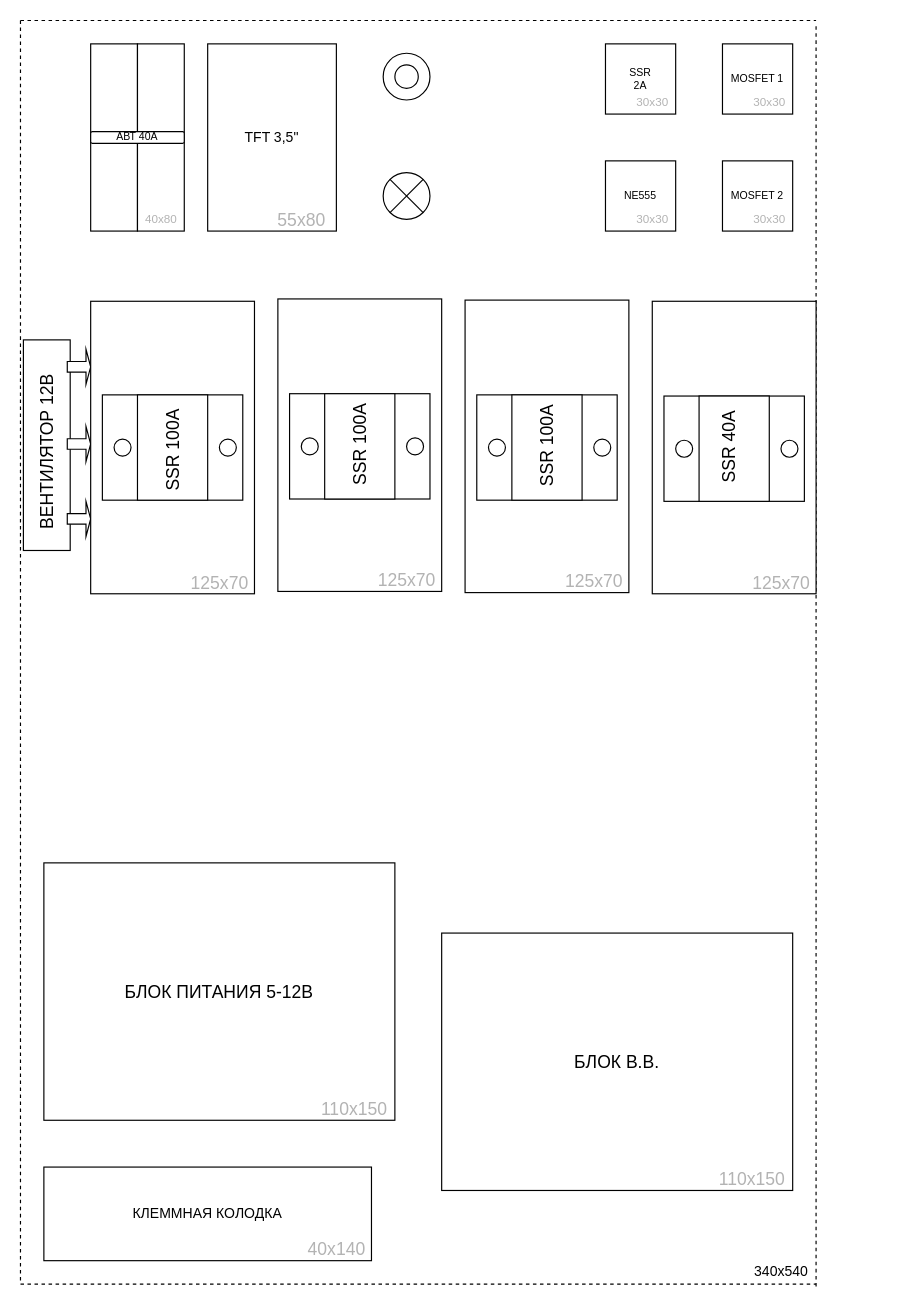
Before: kopv5mk_placement_diagram_v2.drawio in jekavovikovich/jekavovikovich, a draw.io diagram. Source tidied: cells renumbered, new cells numbered last; positions are measured from the earlier drawing's top-left corner, leaving out a move shared by most shapes. Both pictures are drawn from the tidied source at 117%, with x=0, y=0 at pixel (-44, 20).
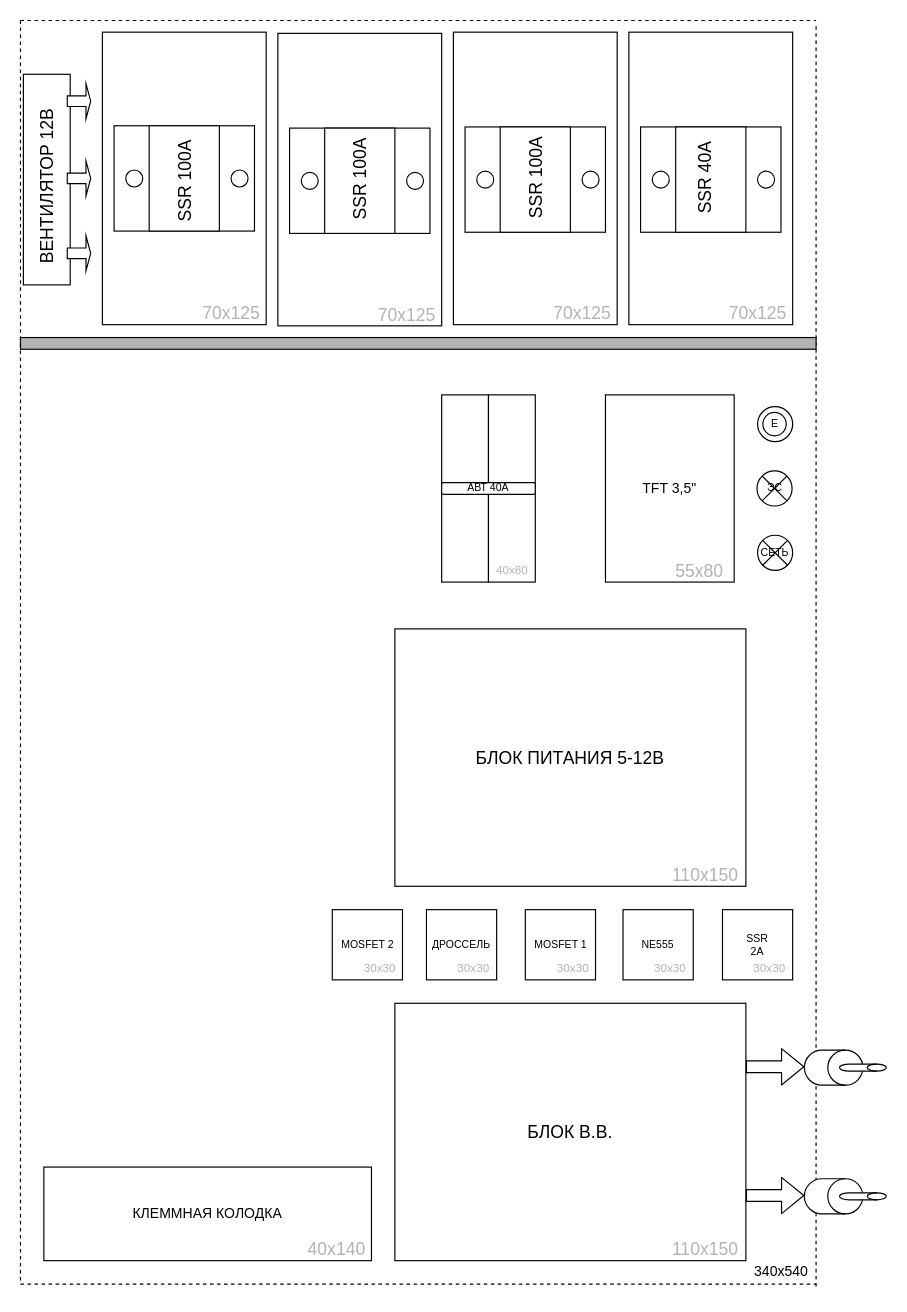
Above is the later version.

Diff of the diagram source:
```diff
@@
-    <mxCell id="7" value="&lt;div&gt;БЛОК В.В.&lt;br&gt;&lt;/div&gt;" style="rounded=0;whiteSpace=wrap;html=1;fontSize=15;" parent="1" vertex="1">
-      <mxGeometry x="415" y="780" width="300" height="220" as="geometry" />
-    </mxCell>
-    <mxCell id="8" value="110x150" style="text;html=1;align=center;verticalAlign=middle;strokeColor=none;fontSize=15;fontColor=#B3B3B3;" parent="1" vertex="1">
-      <mxGeometry x="645" y="980" width="70" height="20" as="geometry" />
-    </mxCell>
-    <mxCell id="9" value="&lt;div&gt;БЛОК ПИТАНИЯ 5-12В&lt;/div&gt;" style="rounded=0;whiteSpace=wrap;html=1;fontSize=15;" parent="1" vertex="1">
-      <mxGeometry x="75" y="720" width="300" height="220" as="geometry" />
-    </mxCell>
-    <mxCell id="10" value="110x150" style="text;html=1;align=center;verticalAlign=middle;strokeColor=none;fontSize=15;fontColor=#B3B3B3;" parent="1" vertex="1">
-      <mxGeometry x="305" y="920" width="70" height="20" as="geometry" />
-    </mxCell>
@@
     <mxCell id="13" style="rounded=0;whiteSpace=wrap;html=1;" parent="1" vertex="1">
-      <mxGeometry x="115" y="20" width="40" height="160" as="geometry" />
+      <mxGeometry x="415" y="320" width="40" height="160" as="geometry" />
     </mxCell>
     <mxCell id="14" value="TFT 3,5&quot;" style="rounded=0;whiteSpace=wrap;html=1;" parent="1" vertex="1">
-      <mxGeometry x="215" y="20" width="110" height="160" as="geometry" />
+      <mxGeometry x="555" y="320" width="110" height="160" as="geometry" />
     </mxCell>
     <mxCell id="15" style="rounded=0;whiteSpace=wrap;html=1;" parent="1" vertex="1">
-      <mxGeometry x="155" y="20" width="40" height="160" as="geometry" />
+      <mxGeometry x="455" y="320" width="40" height="160" as="geometry" />
     </mxCell>
     <mxCell id="16" value="АВТ 40А" style="rounded=1;whiteSpace=wrap;html=1;fontSize=9;" parent="1" vertex="1">
-      <mxGeometry x="115" y="95" width="80" height="10" as="geometry" />
+      <mxGeometry x="415" y="395" width="80" height="10" as="geometry" />
     </mxCell>
     <mxCell id="17" style="ellipse;whiteSpace=wrap;html=1;fontSize=9;" parent="1" vertex="1">
-      <mxGeometry x="365" y="28" width="40" height="40" as="geometry" />
+      <mxGeometry x="685" y="330" width="30" height="30" as="geometry" />
     </mxCell>
-    <mxCell id="18" style="ellipse;whiteSpace=wrap;html=1;fontSize=9;" parent="1" vertex="1">
-      <mxGeometry x="375" y="38" width="20" height="20" as="geometry" />
+    <mxCell id="18" value="E" style="ellipse;whiteSpace=wrap;html=1;fontSize=9;" parent="1" vertex="1">
+      <mxGeometry x="689.5" y="335" width="20" height="20" as="geometry" />
     </mxCell>
-    <mxCell id="19" style="shape=sumEllipse;perimeter=ellipsePerimeter;whiteSpace=wrap;html=1;backgroundOutline=1;fontSize=9;" parent="1" vertex="1">
-      <mxGeometry x="365" y="130" width="40" height="40" as="geometry" />
+    <mxCell id="19" value="ЭС" style="shape=sumEllipse;perimeter=ellipsePerimeter;whiteSpace=wrap;html=1;backgroundOutline=1;fontSize=9;" parent="1" vertex="1">
+      <mxGeometry x="684.5" y="385" width="30" height="30" as="geometry" />
     </mxCell>
     <mxCell id="20" value="&lt;div style=&quot;font-size: 10px;&quot;&gt;40x80&lt;/div&gt;" style="text;html=1;align=center;verticalAlign=middle;strokeColor=none;fontSize=10;fontColor=#B3B3B3;" parent="1" vertex="1">
-      <mxGeometry x="155" y="160" width="40" height="20" as="geometry" />
+      <mxGeometry x="455" y="460" width="40" height="20" as="geometry" />
     </mxCell>
     <mxCell id="21" value="&lt;div&gt;55x80&lt;/div&gt;" style="text;html=1;align=center;verticalAlign=middle;strokeColor=none;fontSize=15;fontColor=#B3B3B3;" parent="1" vertex="1">
-      <mxGeometry x="265" y="160" width="60" height="20" as="geometry" />
+      <mxGeometry x="605" y="460" width="60" height="20" as="geometry" />
     </mxCell>
     <mxCell id="22" style="rounded=0;whiteSpace=wrap;html=1;fontSize=15;" parent="1" vertex="1">
-      <mxGeometry x="57.5" y="273" width="40" height="180" as="geometry" />
+      <mxGeometry x="57.5" y="46" width="40" height="180" as="geometry" />
     </mxCell>
     <mxCell id="23" style="shape=singleArrow;whiteSpace=wrap;html=1;labelBackgroundColor=none;fontSize=15;fillColor=#FFFFFF;" parent="1" vertex="1">
-      <mxGeometry x="95" y="281" width="20" height="30" as="geometry" />
+      <mxGeometry x="95" y="54" width="20" height="30" as="geometry" />
     </mxCell>
     <mxCell id="24" style="shape=singleArrow;whiteSpace=wrap;html=1;labelBackgroundColor=none;fontSize=15;fillColor=#FFFFFF;" parent="1" vertex="1">
-      <mxGeometry x="95" y="411" width="20" height="30" as="geometry" />
+      <mxGeometry x="95" y="184" width="20" height="30" as="geometry" />
     </mxCell>
     <mxCell id="25" style="shape=singleArrow;whiteSpace=wrap;html=1;labelBackgroundColor=none;fontSize=15;fillColor=#FFFFFF;" parent="1" vertex="1">
-      <mxGeometry x="95" y="347" width="20" height="30" as="geometry" />
+      <mxGeometry x="95" y="120" width="20" height="30" as="geometry" />
     </mxCell>
     <mxCell id="26" value="ВЕНТИЛЯТОР 12В" style="text;html=1;strokeColor=none;fillColor=none;align=center;verticalAlign=middle;whiteSpace=wrap;rounded=0;labelBackgroundColor=none;fontSize=15;rotation=270;" parent="1" vertex="1">
-      <mxGeometry y="358.8" width="155" height="20" as="geometry" />
+      <mxGeometry y="131.8" width="155" height="20" as="geometry" />
     </mxCell>
     <mxCell id="27" style="rounded=0;whiteSpace=wrap;html=1;fontSize=15;" parent="1" vertex="1">
-      <mxGeometry x="115" y="240" width="140" height="250" as="geometry" />
+      <mxGeometry x="125" y="10" width="140" height="250" as="geometry" />
     </mxCell>
     <mxCell id="28" style="rounded=0;whiteSpace=wrap;html=1;fontSize=15;" parent="1" vertex="1">
-      <mxGeometry x="275" y="238" width="140" height="250" as="geometry" />
+      <mxGeometry x="275" y="11" width="140" height="250" as="geometry" />
     </mxCell>
     <mxCell id="29" style="rounded=0;whiteSpace=wrap;html=1;fontSize=15;" parent="1" vertex="1">
-      <mxGeometry x="435" y="239" width="140" height="250" as="geometry" />
+      <mxGeometry x="425" y="10" width="140" height="250" as="geometry" />
     </mxCell>
     <mxCell id="30" style="rounded=0;whiteSpace=wrap;html=1;fontSize=15;" parent="1" vertex="1">
-      <mxGeometry x="595" y="240" width="140" height="250" as="geometry" />
+      <mxGeometry x="575" y="10" width="140" height="250" as="geometry" />
     </mxCell>
     <mxCell id="31" style="rounded=0;whiteSpace=wrap;html=1;labelBackgroundColor=none;fontSize=15;fillColor=#FFFFFF;" parent="1" vertex="1">
-      <mxGeometry x="125" y="320" width="120" height="90" as="geometry" />
+      <mxGeometry x="135" y="90" width="120" height="90" as="geometry" />
     </mxCell>
     <mxCell id="32" style="rounded=0;whiteSpace=wrap;html=1;labelBackgroundColor=none;fontSize=15;fillColor=#FFFFFF;" parent="1" vertex="1">
-      <mxGeometry x="155" y="320" width="60" height="90" as="geometry" />
+      <mxGeometry x="165" y="90" width="60" height="90" as="geometry" />
     </mxCell>
     <mxCell id="33" style="ellipse;whiteSpace=wrap;html=1;labelBackgroundColor=none;fontSize=15;fillColor=#FFFFFF;" parent="1" vertex="1">
-      <mxGeometry x="135" y="357.8" width="14.5" height="14.5" as="geometry" />
+      <mxGeometry x="145" y="127.8" width="14.5" height="14.5" as="geometry" />
     </mxCell>
     <mxCell id="34" style="ellipse;whiteSpace=wrap;html=1;labelBackgroundColor=none;fontSize=15;fillColor=#FFFFFF;" parent="1" vertex="1">
-      <mxGeometry x="225" y="357.8" width="14.5" height="14.5" as="geometry" />
+      <mxGeometry x="235" y="127.8" width="14.5" height="14.5" as="geometry" />
     </mxCell>
     <mxCell id="35" style="rounded=0;whiteSpace=wrap;html=1;labelBackgroundColor=none;fontSize=15;fillColor=#FFFFFF;" parent="1" vertex="1">
-      <mxGeometry x="285" y="319" width="120" height="90" as="geometry" />
+      <mxGeometry x="285" y="92" width="120" height="90" as="geometry" />
     </mxCell>
     <mxCell id="36" style="rounded=0;whiteSpace=wrap;html=1;labelBackgroundColor=none;fontSize=15;fillColor=#FFFFFF;" parent="1" vertex="1">
-      <mxGeometry x="315" y="319" width="60" height="90" as="geometry" />
+      <mxGeometry x="315" y="92" width="60" height="90" as="geometry" />
     </mxCell>
     <mxCell id="37" style="ellipse;whiteSpace=wrap;html=1;labelBackgroundColor=none;fontSize=15;fillColor=#FFFFFF;" parent="1" vertex="1">
-      <mxGeometry x="295" y="356.8" width="14.5" height="14.5" as="geometry" />
+      <mxGeometry x="295" y="129.8" width="14.5" height="14.5" as="geometry" />
     </mxCell>
     <mxCell id="38" style="ellipse;whiteSpace=wrap;html=1;labelBackgroundColor=none;fontSize=15;fillColor=#FFFFFF;" parent="1" vertex="1">
-      <mxGeometry x="385" y="356.8" width="14.5" height="14.5" as="geometry" />
+      <mxGeometry x="385" y="129.8" width="14.5" height="14.5" as="geometry" />
     </mxCell>
     <mxCell id="39" style="rounded=0;whiteSpace=wrap;html=1;labelBackgroundColor=none;fontSize=15;fillColor=#FFFFFF;" parent="1" vertex="1">
-      <mxGeometry x="445" y="320" width="120" height="90" as="geometry" />
+      <mxGeometry x="435" y="91" width="120" height="90" as="geometry" />
     </mxCell>
     <mxCell id="40" style="rounded=0;whiteSpace=wrap;html=1;labelBackgroundColor=none;fontSize=15;fillColor=#FFFFFF;" parent="1" vertex="1">
-      <mxGeometry x="475" y="320" width="60" height="90" as="geometry" />
+      <mxGeometry x="465" y="91" width="60" height="90" as="geometry" />
     </mxCell>
     <mxCell id="41" style="ellipse;whiteSpace=wrap;html=1;labelBackgroundColor=none;fontSize=15;fillColor=#FFFFFF;" parent="1" vertex="1">
-      <mxGeometry x="455" y="357.8" width="14.5" height="14.5" as="geometry" />
+      <mxGeometry x="445" y="128.8" width="14.5" height="14.5" as="geometry" />
     </mxCell>
     <mxCell id="42" style="ellipse;whiteSpace=wrap;html=1;labelBackgroundColor=none;fontSize=15;fillColor=#FFFFFF;" parent="1" vertex="1">
-      <mxGeometry x="545" y="357.8" width="14.5" height="14.5" as="geometry" />
+      <mxGeometry x="535" y="128.8" width="14.5" height="14.5" as="geometry" />
     </mxCell>
     <mxCell id="43" style="rounded=0;whiteSpace=wrap;html=1;labelBackgroundColor=none;fontSize=15;fillColor=#FFFFFF;" parent="1" vertex="1">
-      <mxGeometry x="605" y="321" width="120" height="90" as="geometry" />
+      <mxGeometry x="585" y="91" width="120" height="90" as="geometry" />
     </mxCell>
     <mxCell id="44" style="rounded=0;whiteSpace=wrap;html=1;labelBackgroundColor=none;fontSize=15;fillColor=#FFFFFF;" parent="1" vertex="1">
-      <mxGeometry x="635" y="321" width="60" height="90" as="geometry" />
+      <mxGeometry x="615" y="91" width="60" height="90" as="geometry" />
     </mxCell>
     <mxCell id="45" style="ellipse;whiteSpace=wrap;html=1;labelBackgroundColor=none;fontSize=15;fillColor=#FFFFFF;" parent="1" vertex="1">
-      <mxGeometry x="615" y="358.8" width="14.5" height="14.5" as="geometry" />
+      <mxGeometry x="595" y="128.8" width="14.5" height="14.5" as="geometry" />
     </mxCell>
     <mxCell id="46" style="ellipse;whiteSpace=wrap;html=1;labelBackgroundColor=none;fontSize=15;fillColor=#FFFFFF;" parent="1" vertex="1">
-      <mxGeometry x="705" y="358.8" width="14.5" height="14.5" as="geometry" />
+      <mxGeometry x="685" y="128.8" width="14.5" height="14.5" as="geometry" />
     </mxCell>
     <mxCell id="47" value="&lt;div&gt;SSR 100A&lt;/div&gt;" style="text;html=1;align=center;verticalAlign=middle;strokeColor=none;fontSize=15;rotation=270;" parent="1" vertex="1">
-      <mxGeometry x="140" y="357.8" width="90" height="20" as="geometry" />
+      <mxGeometry x="150" y="127.8" width="90" height="20" as="geometry" />
     </mxCell>
     <mxCell id="48" value="&lt;div&gt;SSR 40A&lt;/div&gt;" style="text;html=1;align=center;verticalAlign=middle;strokeColor=none;fontSize=15;rotation=270;" parent="1" vertex="1">
-      <mxGeometry x="620" y="355" width="80" height="20" as="geometry" />
+      <mxGeometry x="600" y="125" width="80" height="20" as="geometry" />
     </mxCell>
     <mxCell id="49" value="&lt;div&gt;SSR 100A&lt;/div&gt;" style="text;html=1;align=center;verticalAlign=middle;strokeColor=none;fontSize=15;rotation=270;" parent="1" vertex="1">
-      <mxGeometry x="300" y="353" width="90" height="20" as="geometry" />
+      <mxGeometry x="300" y="126" width="90" height="20" as="geometry" />
     </mxCell>
     <mxCell id="50" value="&lt;div&gt;SSR 100A&lt;/div&gt;" style="text;html=1;align=center;verticalAlign=middle;strokeColor=none;fontSize=15;rotation=270;" parent="1" vertex="1">
-      <mxGeometry x="460" y="354" width="90" height="20" as="geometry" />
+      <mxGeometry x="450" y="125" width="90" height="20" as="geometry" />
     </mxCell>
-    <mxCell id="51" value="125x70" style="text;html=1;align=center;verticalAlign=middle;strokeColor=none;fontSize=15;fontColor=#B3B3B3;" parent="1" vertex="1">
-      <mxGeometry x="675" y="470" width="60" height="20" as="geometry" />
+    <mxCell id="51" value="70x125" style="text;html=1;align=center;verticalAlign=middle;strokeColor=none;fontSize=15;fontColor=#B3B3B3;" parent="1" vertex="1">
+      <mxGeometry x="655" y="240" width="60" height="20" as="geometry" />
     </mxCell>
-    <mxCell id="52" value="125x70" style="text;html=1;align=center;verticalAlign=middle;strokeColor=none;fontSize=15;fontColor=#B3B3B3;" parent="1" vertex="1">
-      <mxGeometry x="195" y="470" width="60" height="20" as="geometry" />
+    <mxCell id="52" value="70x125" style="text;html=1;align=center;verticalAlign=middle;strokeColor=none;fontSize=15;fontColor=#B3B3B3;" parent="1" vertex="1">
+      <mxGeometry x="205" y="240" width="60" height="20" as="geometry" />
     </mxCell>
-    <mxCell id="53" value="125x70" style="text;html=1;align=center;verticalAlign=middle;strokeColor=none;fontSize=15;fontColor=#B3B3B3;" parent="1" vertex="1">
-      <mxGeometry x="355" y="468" width="60" height="20" as="geometry" />
+    <mxCell id="53" value="70x125" style="text;html=1;align=center;verticalAlign=middle;strokeColor=none;fontSize=15;fontColor=#B3B3B3;" parent="1" vertex="1">
+      <mxGeometry x="355" y="241" width="60" height="20" as="geometry" />
     </mxCell>
-    <mxCell id="54" value="125x70" style="text;html=1;align=center;verticalAlign=middle;strokeColor=none;fontSize=15;fontColor=#B3B3B3;" parent="1" vertex="1">
-      <mxGeometry x="515" y="469" width="60" height="20" as="geometry" />
+    <mxCell id="54" value="70x125" style="text;html=1;align=center;verticalAlign=middle;strokeColor=none;fontSize=15;fontColor=#B3B3B3;" parent="1" vertex="1">
+      <mxGeometry x="505" y="240" width="60" height="20" as="geometry" />
     </mxCell>
     <mxCell id="55" value="&lt;div&gt;SSR&lt;/div&gt;&lt;div&gt;2A&lt;br&gt;&lt;/div&gt;" style="whiteSpace=wrap;html=1;fontSize=9;" parent="1" vertex="1">
-      <mxGeometry x="555" y="20" width="60" height="60" as="geometry" />
+      <mxGeometry x="655" y="760" width="60" height="60" as="geometry" />
     </mxCell>
     <mxCell id="56" value="&lt;div&gt;NE555&lt;/div&gt;" style="whiteSpace=wrap;html=1;fontSize=9;" parent="1" vertex="1">
-      <mxGeometry x="555" y="120" width="60" height="60" as="geometry" />
+      <mxGeometry x="570" y="760" width="60" height="60" as="geometry" />
     </mxCell>
     <mxCell id="57" value="MOSFET 1" style="whiteSpace=wrap;html=1;fontSize=9;" parent="1" vertex="1">
-      <mxGeometry x="655" y="20" width="60" height="60" as="geometry" />
+      <mxGeometry x="486.5" y="760" width="60" height="60" as="geometry" />
     </mxCell>
     <mxCell id="58" value="MOSFET 2" style="whiteSpace=wrap;html=1;fontSize=9;" parent="1" vertex="1">
-      <mxGeometry x="655" y="120" width="60" height="60" as="geometry" />
+      <mxGeometry x="321.5" y="760" width="60" height="60" as="geometry" />
     </mxCell>
     <mxCell id="59" value="30x30" style="text;html=1;align=center;verticalAlign=middle;strokeColor=none;fontSize=10;fontColor=#B3B3B3;" parent="1" vertex="1">
-      <mxGeometry x="575" y="160" width="40" height="20" as="geometry" />
+      <mxGeometry x="590" y="800" width="40" height="20" as="geometry" />
     </mxCell>
     <mxCell id="60" value="30x30" style="text;html=1;align=center;verticalAlign=middle;strokeColor=none;fontSize=10;fontColor=#B3B3B3;" parent="1" vertex="1">
-      <mxGeometry x="575" y="60" width="40" height="20" as="geometry" />
+      <mxGeometry x="675" y="800" width="40" height="20" as="geometry" />
     </mxCell>
     <mxCell id="61" value="30x30" style="text;html=1;align=center;verticalAlign=middle;strokeColor=none;fontSize=10;fontColor=#B3B3B3;" parent="1" vertex="1">
-      <mxGeometry x="675" y="60" width="40" height="20" as="geometry" />
+      <mxGeometry x="506.5" y="800" width="40" height="20" as="geometry" />
     </mxCell>
     <mxCell id="62" value="30x30" style="text;html=1;align=center;verticalAlign=middle;strokeColor=none;fontSize=10;fontColor=#B3B3B3;" parent="1" vertex="1">
-      <mxGeometry x="675" y="160" width="40" height="20" as="geometry" />
+      <mxGeometry x="341.5" y="800" width="40" height="20" as="geometry" />
     </mxCell>
+    <mxCell id="63" value="ДРОССЕЛЬ" style="whiteSpace=wrap;html=1;fontSize=9;" parent="1" vertex="1">
+      <mxGeometry x="402" y="760" width="60" height="60" as="geometry" />
+    </mxCell>
+    <mxCell id="64" value="30x30" style="text;html=1;align=center;verticalAlign=middle;strokeColor=none;fontSize=10;fontColor=#B3B3B3;" parent="1" vertex="1">
+      <mxGeometry x="422" y="800" width="40" height="20" as="geometry" />
+    </mxCell>
+    <mxCell id="9" value="&lt;div&gt;БЛОК ПИТАНИЯ 5-12В&lt;/div&gt;" style="rounded=0;whiteSpace=wrap;html=1;fontSize=15;" parent="1" vertex="1">
+      <mxGeometry x="375" y="520" width="300" height="220" as="geometry" />
+    </mxCell>
+    <mxCell id="65" value="110x150" style="text;html=1;align=center;verticalAlign=middle;strokeColor=none;fontSize=15;fontColor=#B3B3B3;" parent="1" vertex="1">
+      <mxGeometry x="605" y="720" width="70" height="20" as="geometry" />
+    </mxCell>
+    <mxCell id="7" value="&lt;div&gt;БЛОК В.В.&lt;br&gt;&lt;/div&gt;" style="rounded=0;whiteSpace=wrap;html=1;fontSize=15;" parent="1" vertex="1">
+      <mxGeometry x="375" y="840" width="300" height="220" as="geometry" />
+    </mxCell>
+    <mxCell id="66" value="110x150" style="text;html=1;align=center;verticalAlign=middle;strokeColor=none;fontSize=15;fontColor=#B3B3B3;" parent="1" vertex="1">
+      <mxGeometry x="605" y="1040" width="70" height="20" as="geometry" />
+    </mxCell>
+    <mxCell id="67" style="shape=cylinder3;whiteSpace=wrap;html=1;boundedLbl=1;backgroundOutline=1;size=15;direction=south;" parent="1" vertex="1">
+      <mxGeometry x="725" y="880" width="50" height="30" as="geometry" />
+    </mxCell>
+    <mxCell id="68" style="shape=cylinder3;whiteSpace=wrap;html=1;boundedLbl=1;backgroundOutline=1;size=15;direction=south;" parent="1" vertex="1">
+      <mxGeometry x="725" y="990" width="50" height="30" as="geometry" />
+    </mxCell>
+    <mxCell id="69" style="shape=flexArrow;endArrow=classic;html=1;" parent="1" edge="1">
+      <mxGeometry relative="1" as="geometry">
+        <mxPoint x="675" y="1004.3" as="sourcePoint" />
+        <mxPoint x="725" y="1004.3" as="targetPoint" />
+      </mxGeometry>
+    </mxCell>
+    <mxCell id="70" style="shape=flexArrow;endArrow=classic;html=1;" parent="1" edge="1">
+      <mxGeometry relative="1" as="geometry">
+        <mxPoint x="675" y="894.3" as="sourcePoint" />
+        <mxPoint x="725" y="894.3" as="targetPoint" />
+      </mxGeometry>
+    </mxCell>
+    <mxCell id="71" style="shape=cylinder3;whiteSpace=wrap;html=1;boundedLbl=1;backgroundOutline=1;size=8.142857142856883;direction=south;" parent="1" vertex="1">
+      <mxGeometry x="755" y="1002" width="40" height="6" as="geometry" />
+    </mxCell>
+    <mxCell id="72" style="shape=cylinder3;whiteSpace=wrap;html=1;boundedLbl=1;backgroundOutline=1;size=8.142857142856883;direction=south;" parent="1" vertex="1">
+      <mxGeometry x="755" y="892" width="40" height="6" as="geometry" />
+    </mxCell>
+    <mxCell id="73" value="СЕТЬ" style="shape=sumEllipse;perimeter=ellipsePerimeter;whiteSpace=wrap;html=1;backgroundOutline=1;fontSize=9;" parent="1" vertex="1">
+      <mxGeometry x="685" y="440" width="30" height="30" as="geometry" />
+    </mxCell>
+    <mxCell id="74" style="rounded=0;whiteSpace=wrap;html=1;fillColor=#B3B3B3;" parent="1" vertex="1">
+      <mxGeometry x="55" y="271" width="680" height="10" as="geometry" />
+    </mxCell>
```
